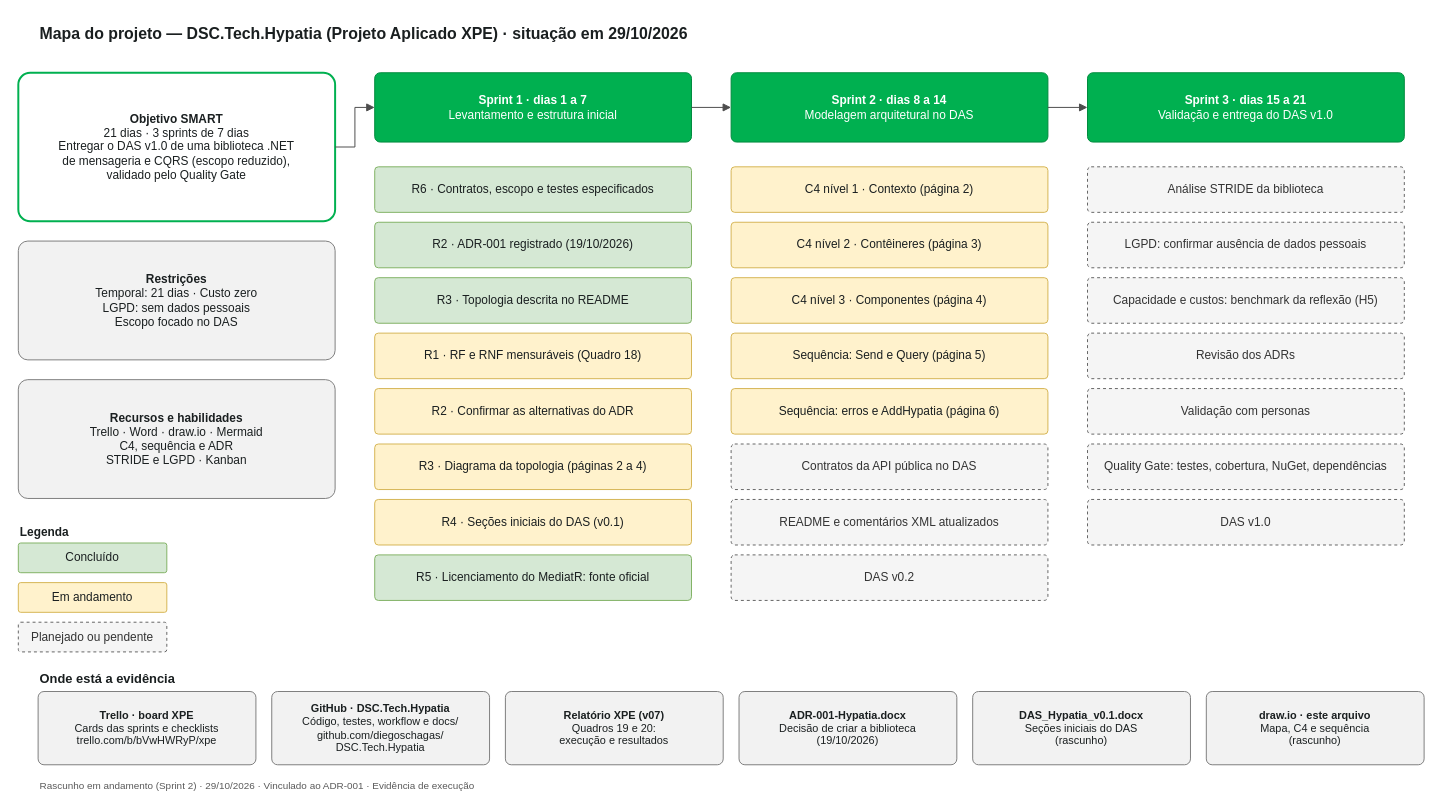
Above: page "1 · Mapa do projeto" (1 of 6) of docs/diagramas/hypatia-mapa-do-projeto.drawio in diegoschagas/DSC.Tech.Hypatia (draw.io), before the change. Source tidied: cells renumbered, new cells numbered last; positions are measured from the earlier drawing's top-left corner, leaving out a move shared by most shapes. Both pictures are drawn from the tidied source at 99%, with x=0, y=0 at pixel (18, 17).
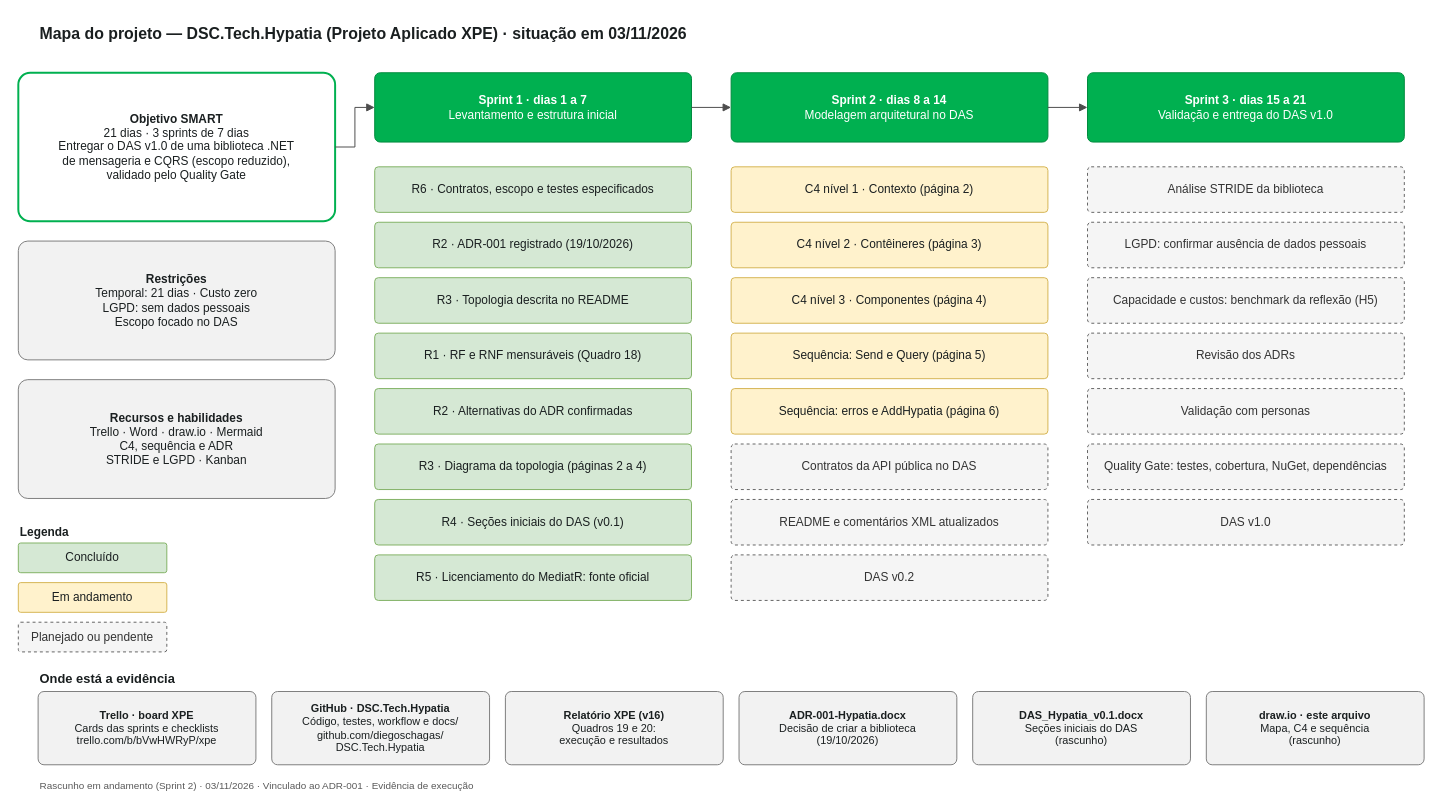
The same diagram, later.

Change to the diagram source:
```diff
@@
-    <mxCell id="2" value="&lt;b&gt;Mapa do projeto — DSC.Tech.Hypatia (Projeto Aplicado XPE) · situação em 29/10/2026&lt;/b&gt;" style="text;html=1;whiteSpace=wrap;strokeColor=none;fillColor=none;align=left;verticalAlign=top;fontSize=16;fontColor=#1a1f20;" parent="1" vertex="1">
+    <mxCell id="2" value="&lt;b&gt;Mapa do projeto — DSC.Tech.Hypatia (Projeto Aplicado XPE) · situação em 03/11/2026&lt;/b&gt;" style="text;html=1;whiteSpace=wrap;strokeColor=none;fillColor=none;align=left;verticalAlign=top;fontSize=16;fontColor=#1a1f20;" parent="1" vertex="1">
       <mxGeometry x="20" width="1400" height="24" as="geometry" />
     </mxCell>
@@
-    <mxCell id="10" value="R1 · RF e RNF mensuráveis (Quadro 18)" style="rounded=1;arcSize=8;whiteSpace=wrap;html=1;fillColor=#fff2cc;strokeColor=#d6b656;fontColor=#1a1f20;fontSize=12;align=center;verticalAlign=middle;" parent="1" vertex="1">
+    <mxCell id="10" value="R1 · RF e RNF mensuráveis (Quadro 18)" style="rounded=1;arcSize=8;whiteSpace=wrap;html=1;fillColor=#d5e8d4;strokeColor=#82b366;fontColor=#1a1f20;fontSize=12;align=center;verticalAlign=middle;" parent="1" vertex="1">
       <mxGeometry x="360" y="319" width="320" height="46" as="geometry" />
     </mxCell>
-    <mxCell id="11" value="R2 · Confirmar as alternativas do ADR" style="rounded=1;arcSize=8;whiteSpace=wrap;html=1;fillColor=#fff2cc;strokeColor=#d6b656;fontColor=#1a1f20;fontSize=12;align=center;verticalAlign=middle;" parent="1" vertex="1">
+    <mxCell id="11" value="R2 · Alternativas do ADR confirmadas" style="rounded=1;arcSize=8;whiteSpace=wrap;html=1;fillColor=#d5e8d4;strokeColor=#82b366;fontColor=#1a1f20;fontSize=12;align=center;verticalAlign=middle;" parent="1" vertex="1">
       <mxGeometry x="360" y="375" width="320" height="46" as="geometry" />
     </mxCell>
-    <mxCell id="12" value="R3 · Diagrama da topologia (páginas 2 a 4)" style="rounded=1;arcSize=8;whiteSpace=wrap;html=1;fillColor=#fff2cc;strokeColor=#d6b656;fontColor=#1a1f20;fontSize=12;align=center;verticalAlign=middle;" parent="1" vertex="1">
+    <mxCell id="12" value="R3 · Diagrama da topologia (páginas 2 a 4)" style="rounded=1;arcSize=8;whiteSpace=wrap;html=1;fillColor=#d5e8d4;strokeColor=#82b366;fontColor=#1a1f20;fontSize=12;align=center;verticalAlign=middle;" parent="1" vertex="1">
       <mxGeometry x="360" y="431" width="320" height="46" as="geometry" />
     </mxCell>
-    <mxCell id="13" value="R4 · Seções iniciais do DAS (v0.1)" style="rounded=1;arcSize=8;whiteSpace=wrap;html=1;fillColor=#fff2cc;strokeColor=#d6b656;fontColor=#1a1f20;fontSize=12;align=center;verticalAlign=middle;" parent="1" vertex="1">
+    <mxCell id="13" value="R4 · Seções iniciais do DAS (v0.1)" style="rounded=1;arcSize=8;whiteSpace=wrap;html=1;fillColor=#d5e8d4;strokeColor=#82b366;fontColor=#1a1f20;fontSize=12;align=center;verticalAlign=middle;" parent="1" vertex="1">
       <mxGeometry x="360" y="487" width="320" height="46" as="geometry" />
     </mxCell>
@@
-    <mxCell id="42" value="&lt;b&gt;Relatório XPE (v07)&lt;/b&gt;&lt;br&gt;Quadros 19 e 20:&lt;br&gt;execução e resultados" style="rounded=1;arcSize=8;whiteSpace=wrap;html=1;fillColor=#f2f2f2;strokeColor=#7f7f7f;fontColor=#1a1f20;fontSize=11;align=center;verticalAlign=middle;" parent="1" vertex="1">
+    <mxCell id="42" value="&lt;b&gt;Relatório XPE (v16)&lt;/b&gt;&lt;br&gt;Quadros 19 e 20:&lt;br&gt;execução e resultados" style="rounded=1;arcSize=8;whiteSpace=wrap;html=1;fillColor=#f2f2f2;strokeColor=#7f7f7f;fontColor=#1a1f20;fontSize=11;align=center;verticalAlign=middle;" parent="1" vertex="1">
       <mxGeometry x="492" y="681" width="220" height="74" as="geometry" />
     </mxCell>
@@
-    <mxCell id="46" value="Rascunho em andamento (Sprint 2) · 29/10/2026 · Vinculado ao ADR-001 · Evidência de execução" style="text;html=1;whiteSpace=wrap;strokeColor=none;fillColor=none;align=left;verticalAlign=top;fontSize=10;fontColor=#595959;" parent="1" vertex="1">
+    <mxCell id="46" value="Rascunho em andamento (Sprint 2) · 03/11/2026 · Vinculado ao ADR-001 · Evidência de execução" style="text;html=1;whiteSpace=wrap;strokeColor=none;fillColor=none;align=left;verticalAlign=top;fontSize=10;fontColor=#595959;" parent="1" vertex="1">
       <mxGeometry x="20" y="764" width="1400" height="16" as="geometry" />
     </mxCell>
```
